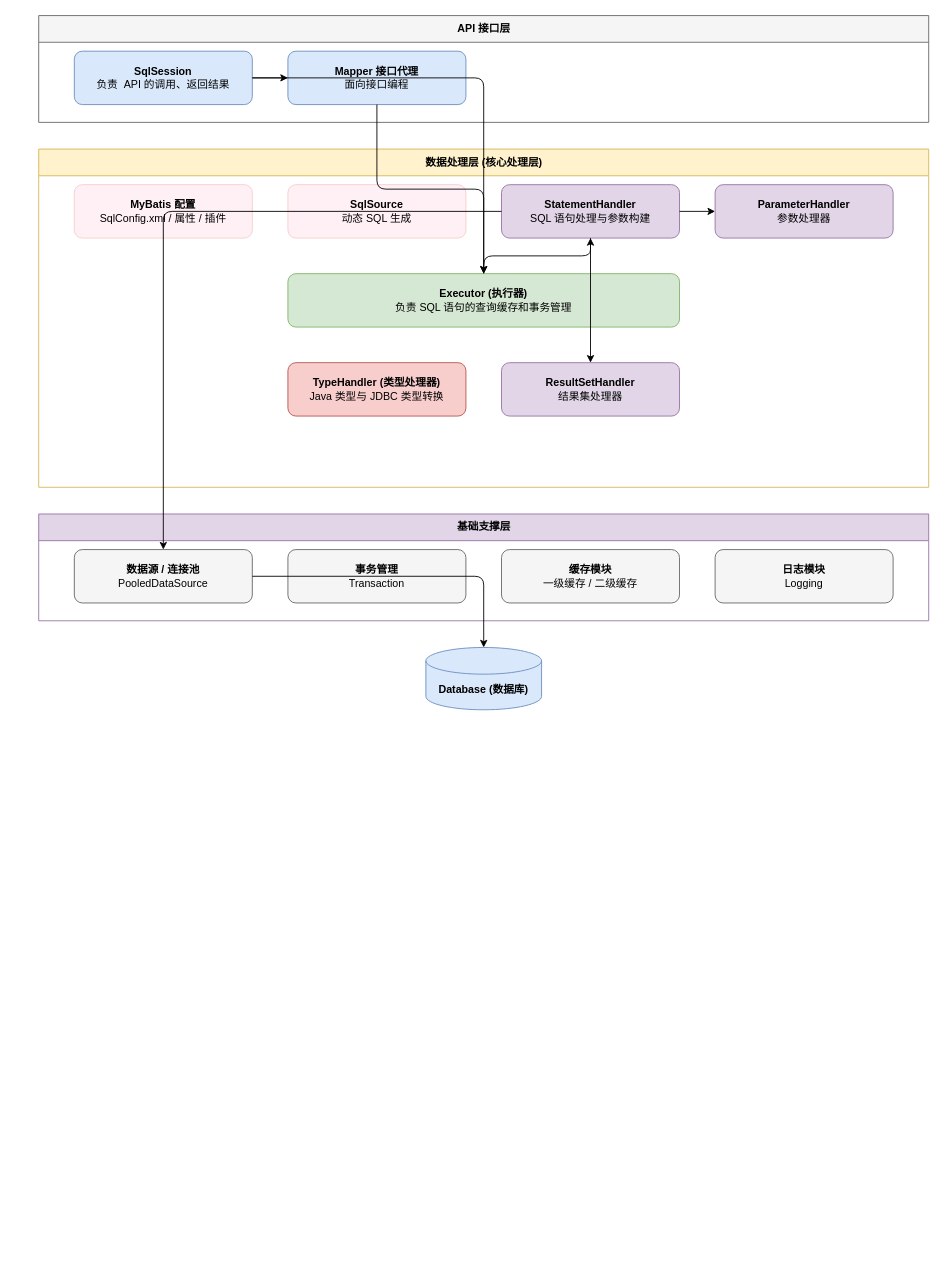
Before: Mybatis.drawio in pkqzyh/pkqzyh.github.io, a draw.io diagram. Source tidied: cells renumbered, new cells numbered last; positions are measured from the earlier drawing's top-left corner, leaving out a move shared by most shapes. Both pictures are drawn from the tidied source at 89%, with x=0, y=0 at pixel (38, 15).
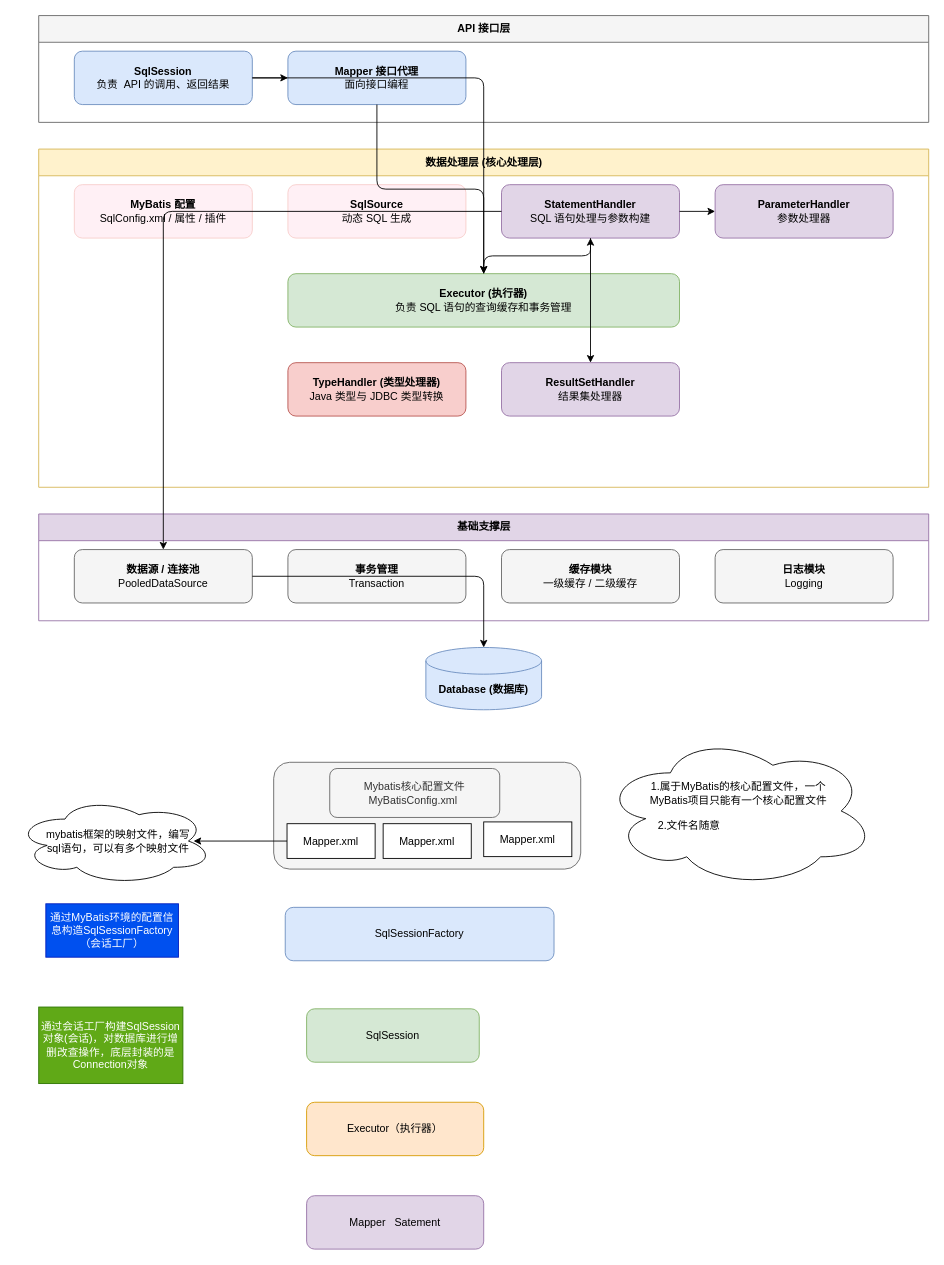
After the change.

The edit, as a diff of the source:
```diff
@@
+    <mxCell id="27" style="ellipse;shape=cloud;whiteSpace=wrap;html=1;" parent="1" vertex="1">
+      <mxGeometry x="-26" y="878.2" width="222" height="98.5" as="geometry" />
+    </mxCell>
@@
+    <mxCell id="28" value="SqlSessionFactory" style="rounded=1;whiteSpace=wrap;html=1;fillColor=#dae8fc;strokeColor=#6c8ebf;" parent="1" vertex="1">
+      <mxGeometry x="277" y="1002" width="302" height="60" as="geometry" />
+    </mxCell>
+    <mxCell id="29" value="SqlSession" style="rounded=1;whiteSpace=wrap;html=1;fillColor=#d5e8d4;strokeColor=#82b366;" parent="1" vertex="1">
+      <mxGeometry x="301" y="1116" width="194" height="60" as="geometry" />
+    </mxCell>
+    <mxCell id="30" value="Executor（执行器）" style="rounded=1;whiteSpace=wrap;html=1;fillColor=#ffe6cc;strokeColor=#d79b00;" parent="1" vertex="1">
+      <mxGeometry x="301" y="1221" width="199" height="60" as="geometry" />
+    </mxCell>
+    <mxCell id="31" value="Mapper&amp;nbsp; &amp;nbsp;Satement" style="rounded=1;whiteSpace=wrap;html=1;fillColor=#e1d5e7;strokeColor=#9673a6;" parent="1" vertex="1">
+      <mxGeometry x="301" y="1326" width="199" height="60" as="geometry" />
+    </mxCell>
+    <mxCell id="32" style="rounded=1;whiteSpace=wrap;html=1;fillColor=#f5f5f5;fontColor=#333333;strokeColor=#666666;" parent="1" vertex="1">
+      <mxGeometry x="264" y="839" width="345" height="120" as="geometry" />
+    </mxCell>
+    <mxCell id="33" value="Mybatis核心配置文件&lt;div&gt;MyBatisConfig.xml&amp;nbsp;&lt;/div&gt;" style="rounded=1;whiteSpace=wrap;html=1;fillColor=#f5f5f5;fontColor=#333333;strokeColor=#666666;" parent="1" vertex="1">
+      <mxGeometry x="327" y="846" width="191" height="55" as="geometry" />
+    </mxCell>
+    <mxCell id="34" style="edgeStyle=orthogonalEdgeStyle;rounded=0;jettySize=auto;html=1;entryX=1;entryY=0.5;entryDx=0;entryDy=0;" parent="1" edge="1" source="35" target="38">
+      <mxGeometry relative="1" as="geometry" />
+    </mxCell>
+    <mxCell id="35" value="Mapper.xml" style="rounded=0;whiteSpace=wrap;html=1;" parent="1" vertex="1">
+      <mxGeometry x="279" y="908" width="99" height="39" as="geometry" />
+    </mxCell>
+    <mxCell id="36" value="Mapper.xml" style="rounded=0;whiteSpace=wrap;html=1;" parent="1" vertex="1">
+      <mxGeometry x="387" y="908" width="99" height="39" as="geometry" />
+    </mxCell>
+    <mxCell id="37" value="Mapper.xml" style="rounded=0;whiteSpace=wrap;html=1;" parent="1" vertex="1">
+      <mxGeometry x="500" y="906" width="99" height="39" as="geometry" />
+    </mxCell>
+    <mxCell id="38" value="mybatis框架的映射文件，编写sql语句，可以有多个映射文件" style="text;html=1;whiteSpace=wrap;align=center;verticalAlign=middle;rounded=0;" parent="1" vertex="1">
+      <mxGeometry x="5" y="912.5" width="169" height="30" as="geometry" />
+    </mxCell>
+    <mxCell id="39" value="通过MyBatis环境的配置信息构造SqlSessionFactory（会话工厂）" style="rounded=0;whiteSpace=wrap;html=1;fillColor=#0050ef;strokeColor=#001DBC;fontColor=#ffffff;" parent="1" vertex="1">
+      <mxGeometry x="8" y="998" width="149" height="60" as="geometry" />
+    </mxCell>
+    <mxCell id="40" value="通过会话工厂构建SqlSession对象(会话)，对数据库进行增删改查操作，底层封装的是Connection对象" style="rounded=0;whiteSpace=wrap;html=1;fillColor=#60a917;fontColor=#ffffff;strokeColor=#2D7600;" parent="1" vertex="1">
+      <mxGeometry y="1114" width="162" height="86" as="geometry" />
+    </mxCell>
+    <mxCell id="41" style="ellipse;shape=cloud;whiteSpace=wrap;html=1;" parent="1" vertex="1">
+      <mxGeometry x="633" y="808" width="307" height="171.5" as="geometry" />
+    </mxCell>
+    <mxCell id="42" value="1.属于MyBatis的核心配置文件，一个MyBatis项目只能有一个核心配置文件" style="text;html=1;whiteSpace=wrap;align=center;verticalAlign=middle;rounded=0;" parent="1" vertex="1">
+      <mxGeometry x="685" y="858.5" width="203" height="30" as="geometry" />
+    </mxCell>
+    <mxCell id="43" value="2.文件名随意" style="text;html=1;whiteSpace=wrap;strokeColor=none;fillColor=none;align=center;verticalAlign=middle;rounded=0;" parent="1" vertex="1">
+      <mxGeometry x="675" y="896" width="111.5" height="30" as="geometry" />
+    </mxCell>
```
